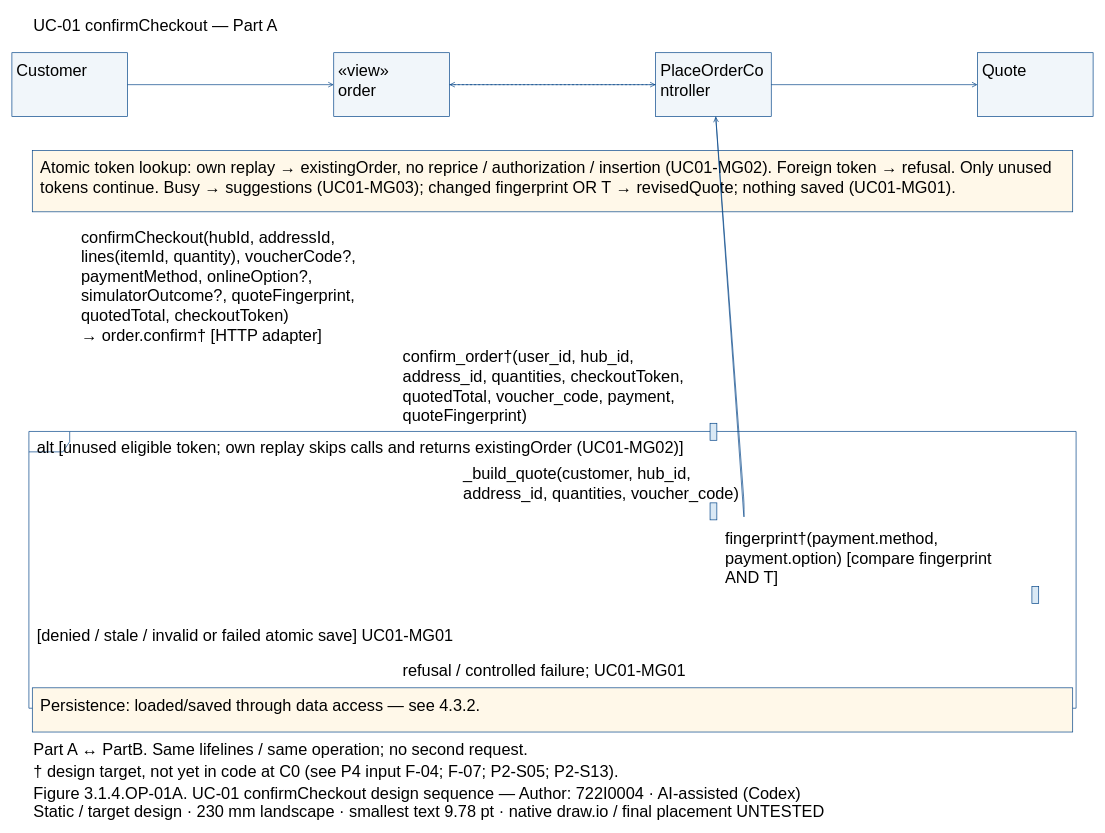
Above: models/UC-01/seq_uc01_confirmCheckout_PartA.drawio in Dat071104/SaigonBite (draw.io), before the change. Source tidied: cells renumbered, new cells numbered last; positions are measured from the earlier drawing's top-left corner, leaving out a move shared by most shapes. Both pictures are drawn from the tidied source at 68%, with x=0, y=0 at pixel (12, 12).
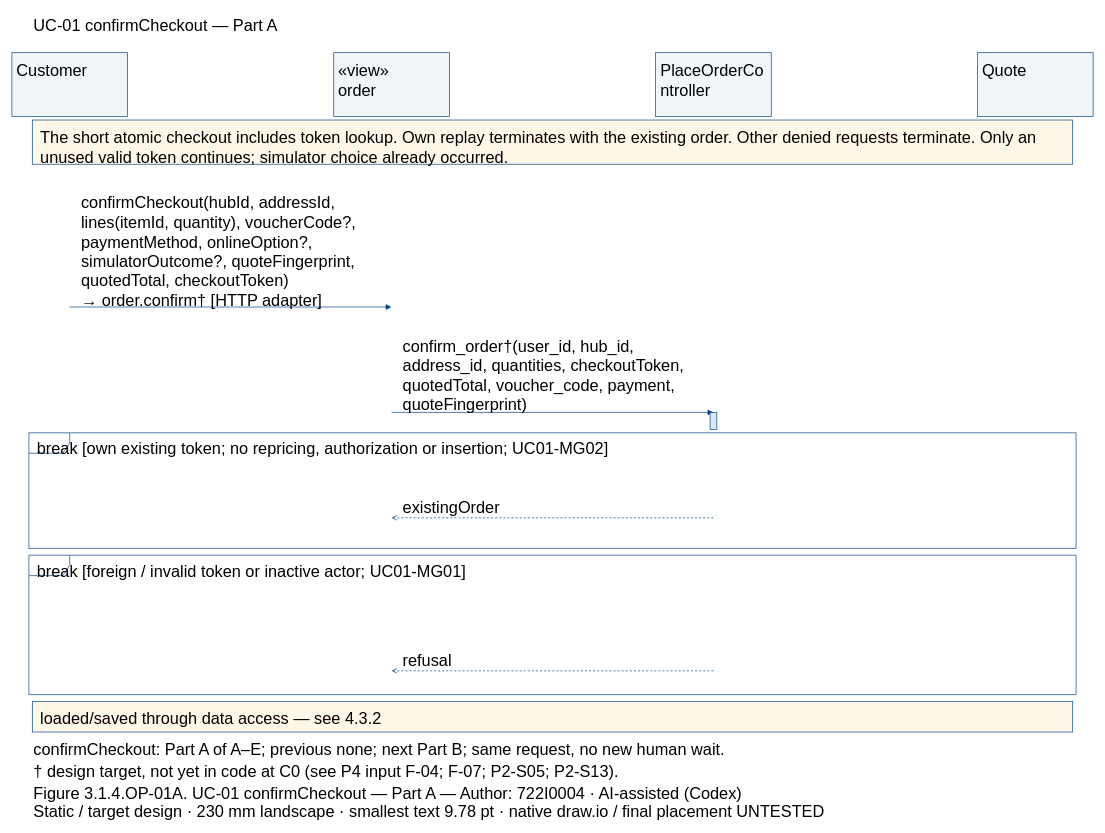
The same page after the edit.

The change refers to these unchanged cells:
```xml
<mxCell id="3" style="fillColor=#F1F6FA;strokeColor=#004387;fontFamily=Arial;fontSize=24;whiteSpace=wrap;html=0;" parent="1" vertex="1">
  <mxGeometry y="60" width="170" height="94" as="geometry" />
</mxCell>
<mxCell id="5" style="fillColor=#F1F6FA;strokeColor=#004387;fontFamily=Arial;fontSize=24;whiteSpace=wrap;html=0;" parent="1" vertex="1">
  <mxGeometry x="473.3" y="60" width="170" height="94" as="geometry" />
</mxCell>
<mxCell id="7" style="fillColor=#F1F6FA;strokeColor=#004387;fontFamily=Arial;fontSize=24;whiteSpace=wrap;html=0;" parent="1" vertex="1">
  <mxGeometry x="946.7" y="60" width="170" height="94" as="geometry" />
</mxCell>
<mxCell id="9" style="fillColor=#F1F6FA;strokeColor=#004387;fontFamily=Arial;fontSize=24;whiteSpace=wrap;html=0;" parent="1" vertex="1">
  <mxGeometry x="1420" y="60" width="170" height="94" as="geometry" />
</mxCell>
```

What changed in the source:
```diff
@@
-    <mxCell id="11" style="fillColor=white;strokeColor=#004387;shape=umlFrame;fillColor=none;fontFamily=Arial;fontSize=24;whiteSpace=wrap;html=0;" parent="1" vertex="1">
-      <mxGeometry x="25" y="617" width="1540" height="407" as="geometry" />
-    </mxCell>
-    <mxCell id="12" value="alt [unused eligible token; own replay skips calls and returns existingOrder (UC01-MG02)]" style="text;align=left;verticalAlign=top;strokeColor=none;fillColor=none;fontFamily=Arial;fontSize=24;whiteSpace=wrap;html=0;" parent="1" vertex="1">
-      <mxGeometry x="35" y="620" width="1520" height="27.6" as="geometry" />
-    </mxCell>
-    <mxCell id="13" value="[denied / stale / invalid or failed atomic save] UC01-MG01" style="text;align=left;verticalAlign=top;strokeColor=none;fillColor=none;fontFamily=Arial;fontSize=24;whiteSpace=wrap;html=0;" parent="1" vertex="1">
-      <mxGeometry x="35" y="897" width="1520" height="27.6" as="geometry" />
-    </mxCell>
-    <mxCell id="14" style="fillColor=#FFF8E9;strokeColor=#004387;fontFamily=Arial;fontSize=24;whiteSpace=wrap;html=0;" parent="1" vertex="1">
-      <mxGeometry x="30" y="204" width="1530" height="90" as="geometry" />
-    </mxCell>
-    <mxCell id="15" value="Atomic token lookup: own replay → existingOrder, no reprice / authorization / insertion (UC01-MG02). Foreign token → refusal. Only unused&#10;tokens continue. Busy → suggestions (UC01-MG03); changed fingerprint OR T → revisedQuote; nothing saved (UC01-MG01)." style="text;align=left;verticalAlign=top;strokeColor=none;fillColor=none;fontFamily=Arial;fontSize=24;whiteSpace=wrap;html=0;" parent="1" vertex="1">
-      <mxGeometry x="40" y="209" width="1510" height="55.2" as="geometry" />
-    </mxCell>
-    <mxCell id="16" style="fillColor=#FFF8E9;strokeColor=#004387;fontFamily=Arial;fontSize=24;whiteSpace=wrap;html=0;" parent="1" vertex="1">
-      <mxGeometry x="30" y="994" width="1530" height="65" as="geometry" />
-    </mxCell>
-    <mxCell id="17" value="Persistence: loaded/saved through data access — see 4.3.2." style="text;align=left;verticalAlign=top;strokeColor=none;fillColor=none;fontFamily=Arial;fontSize=24;whiteSpace=wrap;html=0;" parent="1" vertex="1">
-      <mxGeometry x="40" y="999" width="1510" height="27.6" as="geometry" />
-    </mxCell>
-    <mxCell id="18" style="edgeStyle=none;endArrow=open;strokeColor=#004387;" parent="1" edge="1" source="3" target="5">
-      <mxGeometry relative="1" as="geometry" />
-    </mxCell>
+    <mxCell id="35" style="fillColor=white;strokeColor=#004387;shape=umlFrame;fillColor=none;fontFamily=Arial;fontSize=24;whiteSpace=wrap;html=0;" parent="1" vertex="1">
+      <mxGeometry x="25" y="619" width="1540" height="170" as="geometry" />
+    </mxCell>
+    <mxCell id="36" value="break [own existing token; no repricing, authorization or insertion; UC01-MG02]" style="text;align=left;verticalAlign=top;strokeColor=none;fillColor=none;fontFamily=Arial;fontSize=24;whiteSpace=wrap;html=0;" parent="1" vertex="1">
+      <mxGeometry x="35" y="622" width="1520" height="27.6" as="geometry" />
+    </mxCell>
+    <mxCell id="37" style="fillColor=white;strokeColor=#004387;shape=umlFrame;fillColor=none;fontFamily=Arial;fontSize=24;whiteSpace=wrap;html=0;" parent="1" vertex="1">
+      <mxGeometry x="25" y="799" width="1540" height="205" as="geometry" />
+    </mxCell>
+    <mxCell id="38" value="break [foreign / invalid token or inactive actor; UC01-MG01]" style="text;align=left;verticalAlign=top;strokeColor=none;fillColor=none;fontFamily=Arial;fontSize=24;whiteSpace=wrap;html=0;" parent="1" vertex="1">
+      <mxGeometry x="35" y="802" width="1520" height="27.6" as="geometry" />
+    </mxCell>
+    <mxCell id="39" style="fillColor=#FFF8E9;strokeColor=#004387;fontFamily=Arial;fontSize=24;whiteSpace=wrap;html=0;" parent="1" vertex="1">
+      <mxGeometry x="30" y="159" width="1530" height="65" as="geometry" />
+    </mxCell>
+    <mxCell id="40" value="The short atomic checkout includes token lookup. Own replay terminates with the existing order. Other denied requests terminate. Only an&#10;unused valid token continues; simulator choice already occurred." style="text;align=left;verticalAlign=top;strokeColor=none;fillColor=none;fontFamily=Arial;fontSize=24;whiteSpace=wrap;html=0;" parent="1" vertex="1">
+      <mxGeometry x="40" y="164" width="1510" height="55.2" as="geometry" />
+    </mxCell>
+    <mxCell id="41" style="fillColor=#FFF8E9;strokeColor=#004387;fontFamily=Arial;fontSize=24;whiteSpace=wrap;html=0;" parent="1" vertex="1">
+      <mxGeometry x="30" y="1014" width="1530" height="45" as="geometry" />
+    </mxCell>
+    <mxCell id="42" value="loaded/saved through data access — see 4.3.2" style="text;align=left;verticalAlign=top;strokeColor=none;fillColor=none;fontFamily=Arial;fontSize=24;whiteSpace=wrap;html=0;" parent="1" vertex="1">
+      <mxGeometry x="40" y="1019" width="1510" height="27.6" as="geometry" />
+    </mxCell>
+    <mxCell id="43" style="opacity=0;strokeColor=none;fillColor=none;fontFamily=Arial;fontSize=24;whiteSpace=wrap;html=0;" parent="1" vertex="1">
+      <mxGeometry x="84.5" y="433.5" width="1" height="1" as="geometry" />
+    </mxCell>
+    <mxCell id="44" style="opacity=0;strokeColor=none;fillColor=none;fontFamily=Arial;fontSize=24;whiteSpace=wrap;html=0;" parent="1" vertex="1">
+      <mxGeometry x="557.8" y="433.5" width="1" height="1" as="geometry" />
+    </mxCell>
+    <mxCell id="45" style="edgeStyle=none;endArrow=block;endFill=1;strokeColor=#004387;exitX=0.5;exitY=0.5;exitPerimeter=0;entryX=0.5;entryY=0.5;entryPerimeter=0;" parent="1" edge="1" source="43" target="44">
+      <mxGeometry relative="1" as="geometry" />
+    </mxCell>
     <mxCell id="19" value="confirmCheckout(hubId, addressId,&#10;lines(itemId, quantity), voucherCode?,&#10;paymentMethod, onlineOption?,&#10;simulatorOutcome?, quoteFingerprint,&#10;quotedTotal, checkoutToken)&#10;→ order.confirm† [HTTP adapter]" style="text;align=left;verticalAlign=top;strokeColor=none;fillColor=none;fontFamily=Arial;fontSize=24;whiteSpace=wrap;html=0;" parent="1" vertex="1">
-      <mxGeometry x="100" y="311.4" width="443.3" height="165.6" as="geometry" />
+      <mxGeometry x="100" y="260.4" width="443.3" height="165.6" as="geometry" />
     </mxCell>
-    <mxCell id="20" style="edgeStyle=none;endArrow=open;strokeColor=#004387;" parent="1" edge="1" source="5" target="7">
-      <mxGeometry relative="1" as="geometry" />
-    </mxCell>
+    <mxCell id="46" style="opacity=0;strokeColor=none;fillColor=none;fontFamily=Arial;fontSize=24;whiteSpace=wrap;html=0;" parent="1" vertex="1">
+      <mxGeometry x="557.8" y="588.5" width="1" height="1" as="geometry" />
+    </mxCell>
+    <mxCell id="47" style="opacity=0;strokeColor=none;fillColor=none;fontFamily=Arial;fontSize=24;whiteSpace=wrap;html=0;" parent="1" vertex="1">
+      <mxGeometry x="1031.2" y="588.5" width="1" height="1" as="geometry" />
+    </mxCell>
+    <mxCell id="48" style="edgeStyle=none;endArrow=block;endFill=1;strokeColor=#004387;exitX=0.5;exitY=0.5;exitPerimeter=0;entryX=0.5;entryY=0.5;entryPerimeter=0;" parent="1" edge="1" source="46" target="47">
+      <mxGeometry relative="1" as="geometry" />
+    </mxCell>
     <mxCell id="21" value="confirm_order†(user_id, hub_id,&#10;address_id, quantities, checkoutToken,&#10;quotedTotal, voucher_code, payment,&#10;quoteFingerprint)" style="text;align=left;verticalAlign=top;strokeColor=none;fillColor=none;fontFamily=Arial;fontSize=24;whiteSpace=wrap;html=0;" parent="1" vertex="1">
-      <mxGeometry x="573.3" y="486.6" width="443.3" height="110.4" as="geometry" />
+      <mxGeometry x="573.3" y="470.6" width="443.3" height="110.4" as="geometry" />
     </mxCell>
-    <mxCell id="22" style="fillColor=#DAE9F5;strokeColor=#004387;fontFamily=Arial;fontSize=24;whiteSpace=wrap;html=0;" parent="1" vertex="1">
-      <mxGeometry x="1026.7" y="605" width="10" height="25" as="geometry" />
-    </mxCell>
-    <mxCell id="23" style="edgeStyle=none;endArrow=open;strokeColor=#004387;" parent="1" edge="1" source="7" target="7">
-      <mxGeometry relative="1" as="geometry">
-        <Array as="points">
-          <mxPoint x="1076.7" y="722" />
-          <mxPoint x="1076.7" y="747" />
-        </Array>
-      </mxGeometry>
-    </mxCell>
-    <mxCell id="24" value="_build_quote(customer, hub_id,&#10;address_id, quantities, voucher_code)" style="text;align=left;verticalAlign=top;strokeColor=none;fillColor=none;fontFamily=Arial;fontSize=24;whiteSpace=wrap;html=0;" parent="1" vertex="1">
-      <mxGeometry x="661.7" y="658.8" width="450" height="55.2" as="geometry" />
-    </mxCell>
-    <mxCell id="25" style="fillColor=#DAE9F5;strokeColor=#004387;fontFamily=Arial;fontSize=24;whiteSpace=wrap;html=0;" parent="1" vertex="1">
-      <mxGeometry x="1026.7" y="722" width="10" height="25" as="geometry" />
-    </mxCell>
-    <mxCell id="26" style="edgeStyle=none;endArrow=open;strokeColor=#004387;" parent="1" edge="1" source="7" target="9">
-      <mxGeometry relative="1" as="geometry" />
-    </mxCell>
-    <mxCell id="27" value="fingerprint†(payment.method,&#10;payment.option) [compare fingerprint&#10;AND T]" style="text;align=left;verticalAlign=top;strokeColor=none;fillColor=none;fontFamily=Arial;fontSize=24;whiteSpace=wrap;html=0;" parent="1" vertex="1">
-      <mxGeometry x="1046.7" y="754.2" width="443.3" height="82.8" as="geometry" />
-    </mxCell>
-    <mxCell id="28" style="fillColor=#DAE9F5;strokeColor=#004387;fontFamily=Arial;fontSize=24;whiteSpace=wrap;html=0;" parent="1" vertex="1">
-      <mxGeometry x="1500" y="845" width="10" height="25" as="geometry" />
-    </mxCell>
-    <mxCell id="29" style="edgeStyle=none;endArrow=open;dashed=1;strokeColor=#004387;" parent="1" edge="1" source="7" target="5">
-      <mxGeometry relative="1" as="geometry" />
-    </mxCell>
+    <mxCell id="49" style="fillColor=#DAE9F5;strokeColor=#004387;fontFamily=Arial;fontSize=24;whiteSpace=wrap;html=0;" parent="1" vertex="1">
+      <mxGeometry x="1026.7" y="589" width="10" height="25" as="geometry" />
+    </mxCell>
+    <mxCell id="50" style="opacity=0;strokeColor=none;fillColor=none;fontFamily=Arial;fontSize=24;whiteSpace=wrap;html=0;" parent="1" vertex="1">
+      <mxGeometry x="1031.2" y="743.5" width="1" height="1" as="geometry" />
+    </mxCell>
+    <mxCell id="51" style="opacity=0;strokeColor=none;fillColor=none;fontFamily=Arial;fontSize=24;whiteSpace=wrap;html=0;" parent="1" vertex="1">
+      <mxGeometry x="557.8" y="743.5" width="1" height="1" as="geometry" />
+    </mxCell>
+    <mxCell id="52" style="edgeStyle=none;endArrow=open;endFill=0;dashed=1;strokeColor=#004387;exitX=0.5;exitY=0.5;exitPerimeter=0;entryX=0.5;entryY=0.5;entryPerimeter=0;" parent="1" edge="1" source="50" target="51">
+      <mxGeometry relative="1" as="geometry" />
+    </mxCell>
+    <mxCell id="53" value="existingOrder" style="text;align=left;verticalAlign=top;strokeColor=none;fillColor=none;fontFamily=Arial;fontSize=24;whiteSpace=wrap;html=0;" parent="1" vertex="1">
+      <mxGeometry x="573.3" y="708.4" width="443.3" height="27.6" as="geometry" />
+    </mxCell>
+    <mxCell id="54" style="opacity=0;strokeColor=none;fillColor=none;fontFamily=Arial;fontSize=24;whiteSpace=wrap;html=0;" parent="1" vertex="1">
+      <mxGeometry x="1031.2" y="968.5" width="1" height="1" as="geometry" />
+    </mxCell>
+    <mxCell id="55" style="opacity=0;strokeColor=none;fillColor=none;fontFamily=Arial;fontSize=24;whiteSpace=wrap;html=0;" parent="1" vertex="1">
+      <mxGeometry x="557.8" y="968.5" width="1" height="1" as="geometry" />
+    </mxCell>
+    <mxCell id="56" style="edgeStyle=none;endArrow=open;endFill=0;dashed=1;strokeColor=#004387;exitX=0.5;exitY=0.5;exitPerimeter=0;entryX=0.5;entryY=0.5;entryPerimeter=0;" parent="1" edge="1" source="54" target="55">
+      <mxGeometry relative="1" as="geometry" />
+    </mxCell>
+    <mxCell id="57" value="refusal" style="text;align=left;verticalAlign=top;strokeColor=none;fillColor=none;fontFamily=Arial;fontSize=24;whiteSpace=wrap;html=0;" parent="1" vertex="1">
+      <mxGeometry x="573.3" y="933.4" width="443.3" height="27.6" as="geometry" />
+    </mxCell>
+    <mxCell id="58" value="confirmCheckout: Part A of A–E; previous none; next Part B; same request, no new human wait." style="text;align=left;verticalAlign=top;strokeColor=none;fillColor=none;fontFamily=Arial;fontSize=24;whiteSpace=wrap;html=0;" parent="1" vertex="1">
+      <mxGeometry x="30" y="1064" width="1530" height="27.6" as="geometry" />
+    </mxCell>
+    <mxCell id="32" value="† design target, not yet in code at C0 (see P4 input F-04; F-07; P2-S05; P2-S13)." style="text;align=left;verticalAlign=top;strokeColor=none;fillColor=none;fontFamily=Arial;fontSize=24;whiteSpace=wrap;html=0;" parent="1" vertex="1">
+      <mxGeometry x="30" y="1096" width="1530" height="27.6" as="geometry" />
+    </mxCell>
-    <mxCell id="30" value="refusal / controlled failure; UC01-MG01" style="text;align=left;verticalAlign=top;strokeColor=none;fillColor=none;fontFamily=Arial;fontSize=24;whiteSpace=wrap;html=0;" parent="1" vertex="1">
-      <mxGeometry x="573.3" y="948.4" width="443.3" height="27.6" as="geometry" />
+    <mxCell id="30" value="Figure 3.1.4.OP-01A. UC-01 confirmCheckout — Part A — Author: 722I0004 · AI-assisted (Codex)" style="text;align=left;verticalAlign=top;strokeColor=none;fillColor=none;fontFamily=Arial;fontSize=24;whiteSpace=wrap;html=0;" parent="1" vertex="1">
+      <mxGeometry x="30" y="1129" width="1530" height="27.6" as="geometry" />
     </mxCell>
-    <mxCell id="31" value="Part A ↔ PartB. Same lifelines / same operation; no second request." style="text;align=left;verticalAlign=top;strokeColor=none;fillColor=none;fontFamily=Arial;fontSize=24;whiteSpace=wrap;html=0;" parent="1" vertex="1">
-      <mxGeometry x="30" y="1064" width="1530" height="27.6" as="geometry" />
+    <mxCell id="31" value="Static / target design · 230 mm landscape · smallest text 9.78 pt · native draw.io / final placement UNTESTED" style="text;align=left;verticalAlign=top;strokeColor=none;fillColor=none;fontFamily=Arial;fontSize=24;whiteSpace=wrap;html=0;" parent="1" vertex="1">
+      <mxGeometry x="30" y="1155" width="1530" height="27.6" as="geometry" />
     </mxCell>
-    <mxCell id="32" value="† design target, not yet in code at C0 (see P4 input F-04; F-07; P2-S05; P2-S13)." style="text;align=left;verticalAlign=top;strokeColor=none;fillColor=none;fontFamily=Arial;fontSize=24;whiteSpace=wrap;html=0;" parent="1" vertex="1">
-      <mxGeometry x="30" y="1096" width="1530" height="27.6" as="geometry" />
-    </mxCell>
-    <mxCell id="33" value="Figure 3.1.4.OP-01A. UC-01 confirmCheckout design sequence — Author: 722I0004 · AI-assisted (Codex)" style="text;align=left;verticalAlign=top;strokeColor=none;fillColor=none;fontFamily=Arial;fontSize=24;whiteSpace=wrap;html=0;" parent="1" vertex="1">
-      <mxGeometry x="30" y="1129" width="1530" height="27.6" as="geometry" />
-    </mxCell>
-    <mxCell id="34" value="Static / target design · 230 mm landscape · smallest text 9.78 pt · native draw.io / final placement UNTESTED" style="text;align=left;verticalAlign=top;strokeColor=none;fillColor=none;fontFamily=Arial;fontSize=24;whiteSpace=wrap;html=0;" parent="1" vertex="1">
-      <mxGeometry x="30" y="1155" width="1530" height="27.6" as="geometry" />
-    </mxCell>
```
